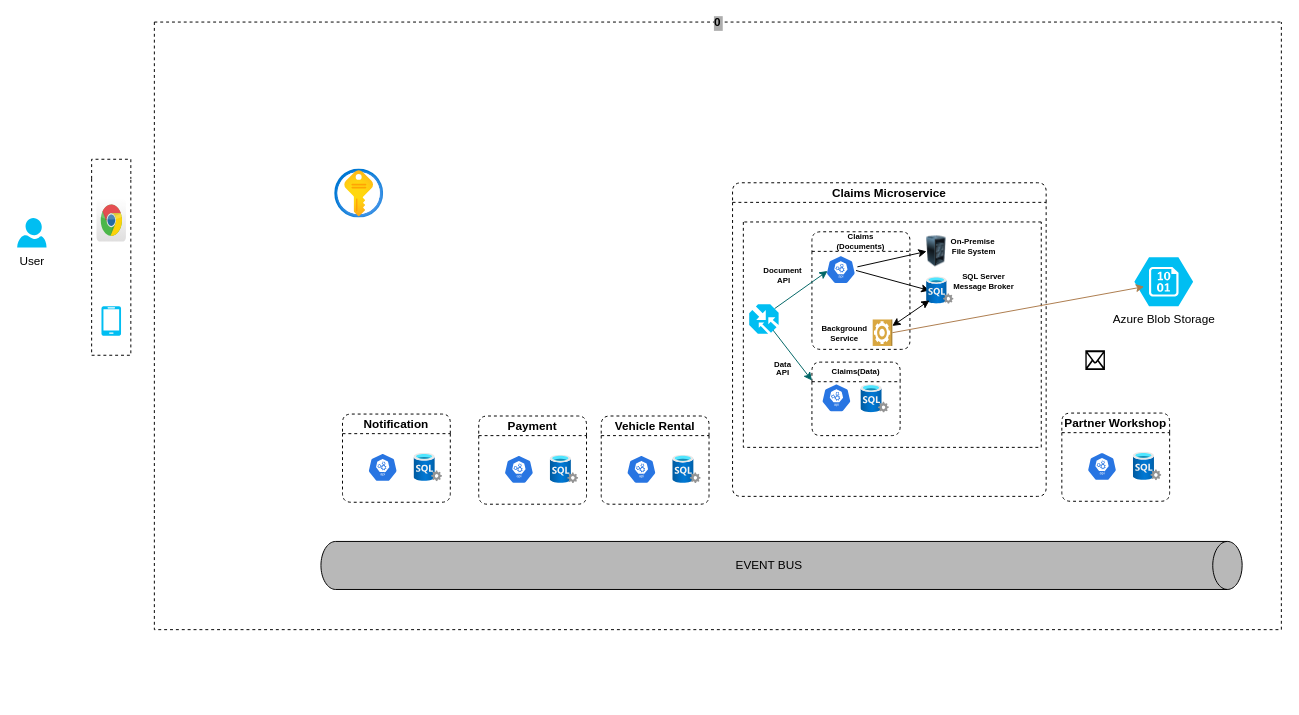
The draw.io diagram solution-diagram.drawio in rahulpandey1589/solution-diagrams, before the edit. Source tidied: cells renumbered, new cells numbered last; positions are measured from the earlier drawing's top-left corner, leaving out a move shared by most shapes. Both pictures are drawn from the tidied source at 98%, with x=0, y=0 at pixel (17, 22).
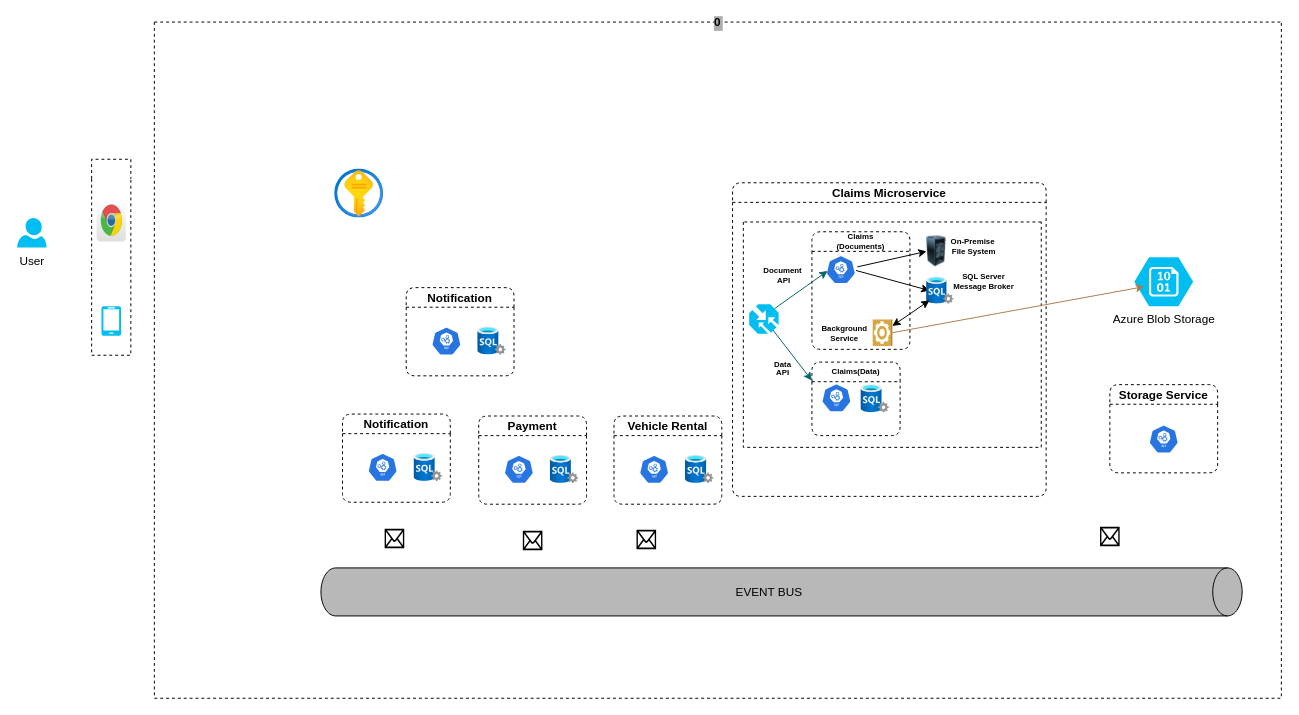
Above is the later version.

The edit, as a diff of the source:
```diff
@@
     <mxCell id="6" value="0" style="swimlane;startSize=0;labelBackgroundColor=#ADADAD;fillColor=#969696;dashed=1;" parent="1" vertex="1">
-      <mxGeometry x="140" width="1150" height="620" as="geometry" />
+      <mxGeometry x="140" width="1150" height="690" as="geometry" />
     </mxCell>
@@
     <mxCell id="9" value="EVENT BUS" style="shape=cylinder3;whiteSpace=wrap;boundedLbl=1;backgroundOutline=1;size=15;fillColor=#B8B8B8;align=center;direction=south;labelPosition=center;verticalLabelPosition=middle;verticalAlign=middle;labelBackgroundColor=none;labelBorderColor=none;html=1;" parent="6" vertex="1">
-      <mxGeometry x="170" y="530" width="940" height="49" as="geometry" />
+      <mxGeometry x="170" y="557" width="940" height="49" as="geometry" />
     </mxCell>
@@
-    <mxCell id="13" style="shape=mxgraph.signs.tech.mail;html=1;fillColor=#000000;strokeColor=none;verticalLabelPosition=bottom;verticalAlign=top;align=center;" parent="6" vertex="1">
-      <mxGeometry x="950" y="335" width="20" height="20" as="geometry" />
-    </mxCell>
@@
+    <mxCell id="47" value="Storage Service" style="swimlane;startSize=20;glass=0;swimlaneLine=1;dashed=1;strokeWidth=1;swimlaneFillColor=none;rounded=1;shadow=0;sketch=0;swimlaneHead=1;horizontal=1;noLabel=0;" parent="6" vertex="1">
+      <mxGeometry x="975" y="370" width="110" height="90" as="geometry" />
+    </mxCell>
+    <mxCell id="48" style="sketch=0;html=1;dashed=0;whitespace=wrap;fillColor=#2875E2;strokeColor=#ffffff;shape=mxgraph.kubernetes.icon;prIcon=api;" parent="47" vertex="1">
+      <mxGeometry x="30" y="41" width="50" height="29" as="geometry" />
+    </mxCell>
@@
     <mxCell id="41" value="Vehicle Rental" style="swimlane;startSize=20;glass=0;swimlaneLine=1;dashed=1;strokeWidth=1;swimlaneFillColor=none;rounded=1;shadow=0;sketch=0;swimlaneHead=1;horizontal=1;noLabel=0;" parent="1" vertex="1">
-      <mxGeometry x="596" y="402" width="110" height="90" as="geometry" />
+      <mxGeometry x="609" y="402" width="110" height="90" as="geometry" />
     </mxCell>
@@
-    <mxCell id="44" value="Partner Workshop" style="swimlane;startSize=20;glass=0;swimlaneLine=1;dashed=1;strokeWidth=1;swimlaneFillColor=none;rounded=1;shadow=0;sketch=0;swimlaneHead=1;horizontal=1;noLabel=0;" parent="1" vertex="1">
-      <mxGeometry x="1066" y="399" width="110" height="90" as="geometry" />
-    </mxCell>
+    <mxCell id="49" style="shape=mxgraph.signs.tech.mail;html=1;fillColor=#000000;strokeColor=none;verticalLabelPosition=bottom;verticalAlign=top;align=center;" parent="1" vertex="1">
+      <mxGeometry x="1105" y="515" width="20" height="20" as="geometry" />
+    </mxCell>
+    <mxCell id="50" style="shape=mxgraph.signs.tech.mail;html=1;fillColor=#000000;strokeColor=none;verticalLabelPosition=bottom;verticalAlign=top;align=center;" parent="1" vertex="1">
+      <mxGeometry x="632" y="518" width="20" height="20" as="geometry" />
+    </mxCell>
+    <mxCell id="51" style="shape=mxgraph.signs.tech.mail;html=1;fillColor=#000000;strokeColor=none;verticalLabelPosition=bottom;verticalAlign=top;align=center;" parent="1" vertex="1">
+      <mxGeometry x="516" y="519" width="20" height="20" as="geometry" />
+    </mxCell>
+    <mxCell id="52" style="shape=mxgraph.signs.tech.mail;html=1;fillColor=#000000;strokeColor=none;verticalLabelPosition=bottom;verticalAlign=top;align=center;" parent="1" vertex="1">
+      <mxGeometry x="375" y="517" width="20" height="20" as="geometry" />
+    </mxCell>
+    <mxCell id="53" value="Notification" style="swimlane;startSize=20;glass=0;swimlaneLine=1;dashed=1;strokeWidth=1;swimlaneFillColor=none;rounded=1;shadow=0;sketch=0;swimlaneHead=1;horizontal=1;noLabel=0;" parent="1" vertex="1">
+      <mxGeometry x="397" y="271" width="110" height="90" as="geometry" />
+    </mxCell>
-    <mxCell id="45" style="sketch=0;html=1;dashed=0;whitespace=wrap;fillColor=#2875E2;strokeColor=#ffffff;shape=mxgraph.kubernetes.icon;prIcon=api;" parent="44" vertex="1">
+    <mxCell id="45" style="sketch=0;html=1;dashed=0;whitespace=wrap;fillColor=#2875E2;strokeColor=#ffffff;shape=mxgraph.kubernetes.icon;prIcon=api;" parent="53" vertex="1">
       <mxGeometry x="16" y="40" width="50" height="29" as="geometry" />
     </mxCell>
-    <mxCell id="46" style="html=1;align=center;image;fontSize=12;image=img/lib/azure2/databases/SQL_Server.svg;" parent="44" vertex="1">
+    <mxCell id="46" style="html=1;align=center;image;fontSize=12;image=img/lib/azure2/databases/SQL_Server.svg;" parent="53" vertex="1">
       <mxGeometry x="73" y="40" width="29" height="29" as="geometry" />
     </mxCell>
```
